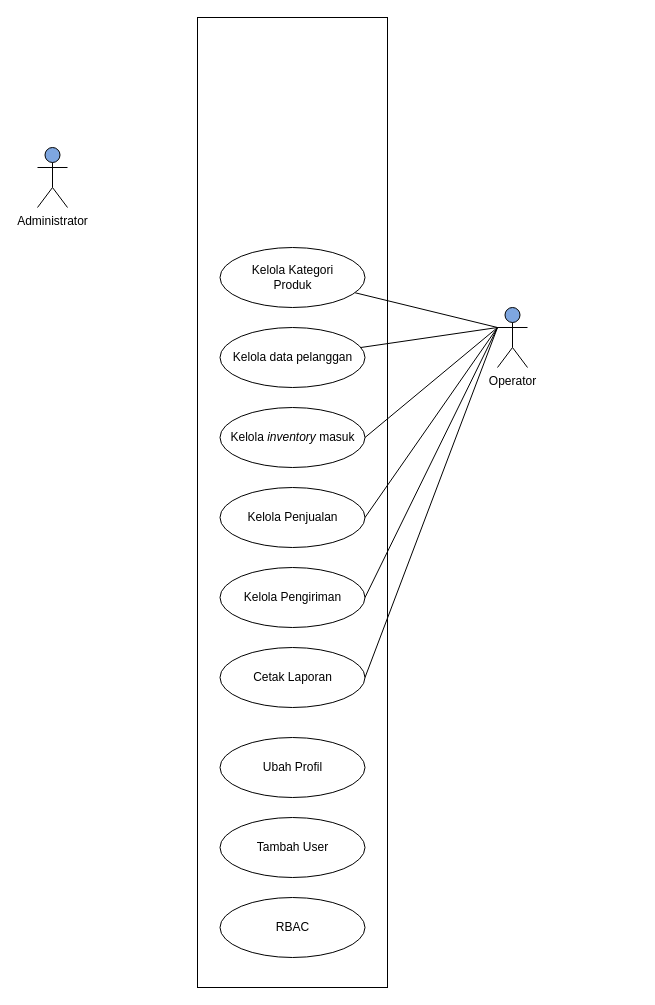
Simasco/diagram keeps this draw.io diagram as Boundary System.drawio. Above is the earlier version. Source tidied: cells renumbered, new cells numbered last; positions are measured from the earlier drawing's top-left corner, leaving out a move shared by most shapes. Both pictures are drawn from the tidied source at 100%, with x=0, y=0 at pixel (37, 17).
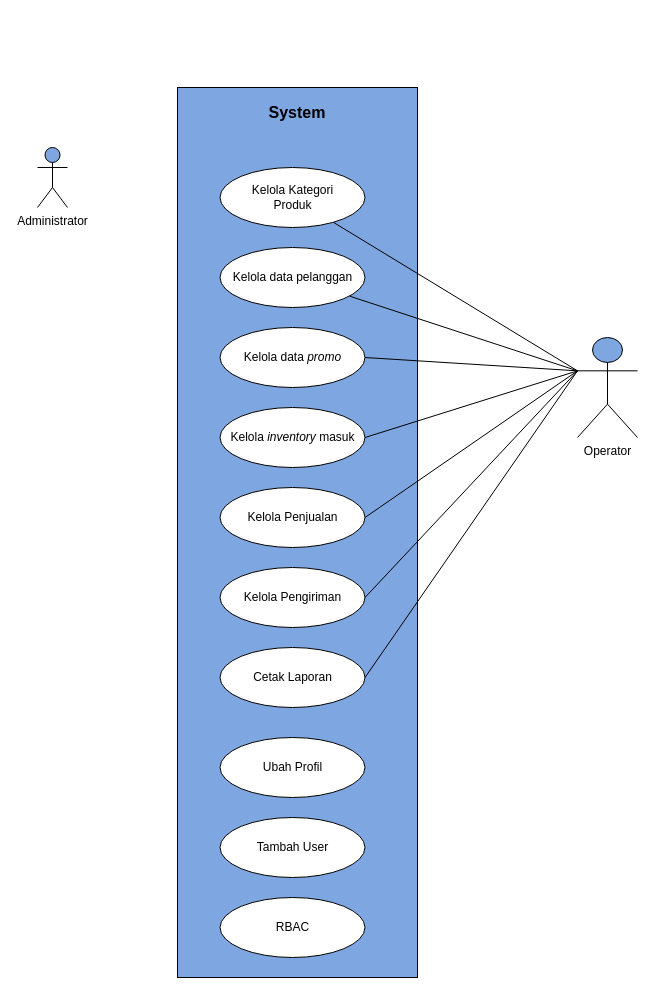
Above is the later version.

Unchanged cells that the change refers to:
```xml
<mxCell id="11" value="Kelola Pengiriman" style="ellipse;whiteSpace=wrap;html=1;" parent="1" vertex="1">
  <mxGeometry x="182.5" y="550" width="145" height="60" as="geometry" />
</mxCell>
<mxCell id="12" value="Cetak Laporan" style="ellipse;whiteSpace=wrap;html=1;" parent="1" vertex="1">
  <mxGeometry x="182.5" y="630" width="145" height="60" as="geometry" />
</mxCell>
```

What changed in the source:
```diff
@@
-    <mxCell id="3" style="rounded=0;whiteSpace=wrap;html=1;" parent="1" vertex="1">
-      <mxGeometry x="160" width="190" height="970" as="geometry" />
+    <mxCell id="3" style="rounded=0;whiteSpace=wrap;html=1;fillColor=#7EA6E0;" parent="1" vertex="1">
+      <mxGeometry x="140" y="70" width="240" height="890" as="geometry" />
     </mxCell>
@@
+    <mxCell id="20" style="rounded=0;jettySize=auto;html=1;exitX=0;exitY=0.3333333333333333;exitDx=0;exitDy=0;exitPerimeter=0;entryX=1;entryY=0.5;entryDx=0;entryDy=0;endArrow=none;endFill=0;" parent="1" edge="1" source="6" target="21">
+      <mxGeometry relative="1" as="geometry" />
+    </mxCell>
     <mxCell id="6" value="Operator" style="shape=umlActor;verticalLabelPosition=bottom;verticalAlign=top;html=1;outlineConnect=0;fillColor=#7EA6E0;" parent="1" vertex="1">
-      <mxGeometry x="460" y="290" width="30" height="60" as="geometry" />
+      <mxGeometry x="540" y="320" width="60" height="100" as="geometry" />
     </mxCell>
     <mxCell id="7" value="Kelola Kategori&lt;div&gt;Produk&lt;/div&gt;" style="ellipse;whiteSpace=wrap;html=1;" parent="1" vertex="1">
-      <mxGeometry x="182.5" y="230" width="145" height="60" as="geometry" />
+      <mxGeometry x="182.5" y="150" width="145" height="60" as="geometry" />
     </mxCell>
     <mxCell id="8" value="Kelola data pelanggan" style="ellipse;whiteSpace=wrap;html=1;" parent="1" vertex="1">
-      <mxGeometry x="182.5" y="310" width="145" height="60" as="geometry" />
+      <mxGeometry x="182.5" y="230" width="145" height="60" as="geometry" />
     </mxCell>
@@
-    <mxCell id="16" style="rounded=0;jettySize=auto;html=1;endArrow=none;endFill=0;entryX=1;entryY=0.5;entryDx=0;entryDy=0;" parent="1" edge="1" target="11">
-      <mxGeometry relative="1" as="geometry">
-        <mxPoint x="460" y="310" as="sourcePoint" />
-      </mxGeometry>
+    <mxCell id="16" style="rounded=0;jettySize=auto;html=1;endArrow=none;endFill=0;entryX=1;entryY=0.5;entryDx=0;entryDy=0;exitX=0;exitY=0.3333333333333333;exitDx=0;exitDy=0;exitPerimeter=0;" parent="1" edge="1" source="6" target="11">
+      <mxGeometry relative="1" as="geometry" />
     </mxCell>
-    <mxCell id="17" style="rounded=0;jettySize=auto;html=1;endArrow=none;endFill=0;entryX=1;entryY=0.5;entryDx=0;entryDy=0;" parent="1" edge="1" target="12">
-      <mxGeometry relative="1" as="geometry">
-        <mxPoint x="460" y="310" as="sourcePoint" />
-      </mxGeometry>
+    <mxCell id="17" style="rounded=0;jettySize=auto;html=1;endArrow=none;endFill=0;entryX=1;entryY=0.5;entryDx=0;entryDy=0;exitX=0;exitY=0.3333333333333333;exitDx=0;exitDy=0;exitPerimeter=0;" parent="1" edge="1" source="6" target="12">
+      <mxGeometry relative="1" as="geometry" />
     </mxCell>
@@
+    <mxCell id="21" value="Kelola data &lt;i&gt;promo&lt;/i&gt;" style="ellipse;whiteSpace=wrap;html=1;" parent="1" vertex="1">
+      <mxGeometry x="182.5" y="310" width="145" height="60" as="geometry" />
+    </mxCell>
+    <mxCell id="22" value="&lt;font style=&quot;font-size: 16px;&quot;&gt;System&lt;/font&gt;" style="text;html=1;align=center;verticalAlign=middle;whiteSpace=wrap;rounded=0;fontStyle=1;" parent="1" vertex="1">
+      <mxGeometry x="230" y="80" width="60" height="30" as="geometry" />
+    </mxCell>
```
